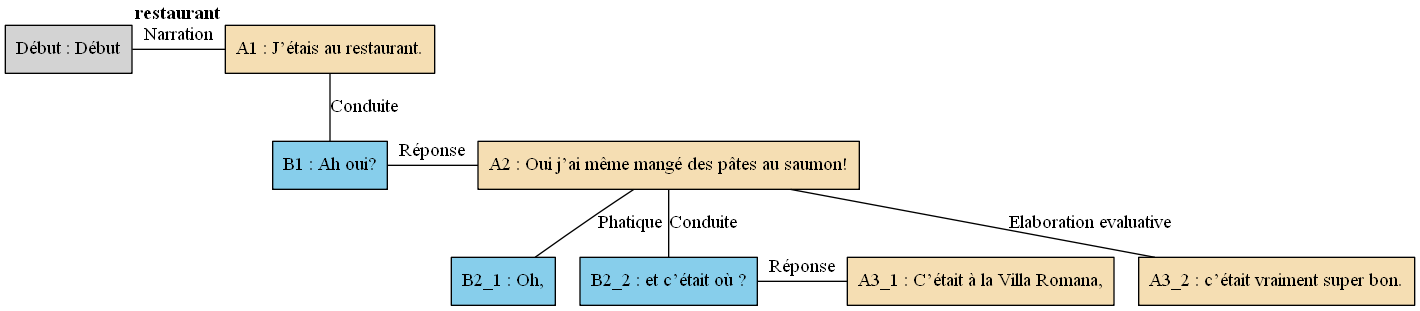
This is arbres/Bac_a_sable/Bac_a_sable_-_E03.gv.png from AlaixComet/AnnotationSlamPTut, a Graphviz export, as it was before one commit. Its source is kept beside it as arbres/Bac_a_sable/Bac_a_sable_-_E03.gv.
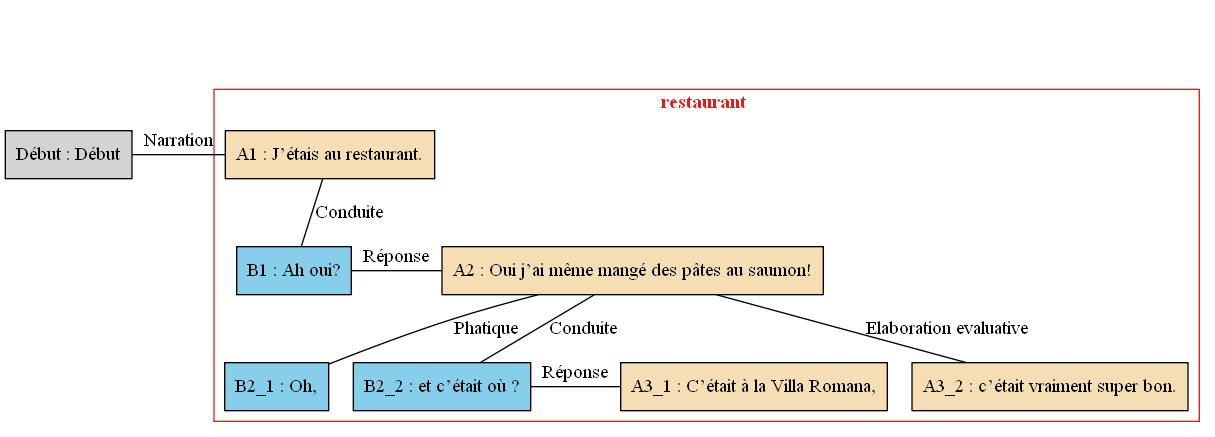
After the change.

The edit, as a diff of the source:
```diff
@@ -1,33 +1,37 @@
 digraph E03 {
 	node [shape=box style=filled]
-	"Début" [label="Début : Début" xlabel=""]
-	A1 [label="A1 : J’étais au restaurant." fillcolor=wheat xlabel=<<B>restaurant </B>>]
-	B1 [label="B1 : Ah oui?" fillcolor=skyblue xlabel=""]
-	A2 [label="A2 : Oui j’ai même mangé des pâtes au saumon!" fillcolor=wheat xlabel=""]
-	B2_1 [label="B2_1 : Oh," fillcolor=skyblue xlabel=""]
-	B2_2 [label="B2_2 : et c’était où ?" fillcolor=skyblue xlabel=""]
-	A3_1 [label="A3_1 : C’était à la Villa Romana," fillcolor=wheat xlabel=""]
-	A3_2 [label="A3_2 : c’était vraiment super bon." fillcolor=wheat xlabel=""]
-	A1 -> B1 [label=Conduite dir=none]
-	{
-		rank=same
+	newrank=true
+	zero [style=invis]
+	"Début" [label="Début : Début"]
+	A1 [label="A1 : J’étais au restaurant." fillcolor=wheat]
+	B1 [label="B1 : Ah oui?" fillcolor=skyblue]
+	A2 [label="A2 : Oui j’ai même mangé des pâtes au saumon!" fillcolor=wheat]
+	B2_1 [label="B2_1 : Oh," fillcolor=skyblue]
+	B2_2 [label="B2_2 : et c’était où ?" fillcolor=skyblue]
+	A3_1 [label="A3_1 : C’était à la Villa Romana," fillcolor=wheat]
+	A3_2 [label="A3_2 : c’était vraiment super bon." fillcolor=wheat]
+	zero -> "Début" [label="" style=invis]
+	A1 -> B1 [label=Conduite dir=none weight=2]
+	A1 -> A2 [style=invis weight=1]
+	B1 -> A2 [label="Réponse" constraint=false dir=none]
+	A2 -> A3_1 [style=invis weight=1]
+	B2_2 -> A3_1 [label="Réponse" constraint=false dir=none]
+	A2 -> B2_1 [label=Phatique dir=none weight=2]
+	zero -> A1 [style=invis weight=1]
+	"Début" -> A1 [label=Narration constraint=false dir=none]
+	A2 -> A3_2 [label="Elaboration evaluative" dir=none weight=2]
+	A2 -> B2_2 [label=Conduite dir=none weight=2]
+	subgraph cluster_1 {
+		label=<<B>restaurant </B>>
+		colorscheme=set19
+		color=1
+		fontcolor=1
+		A1
 		B1
 		A2
-		B1 -> A2 [label="Réponse" dir=none]
-	}
-	{
-		rank=same
+		B2_1
 		B2_2
 		A3_1
-		B2_2 -> A3_1 [label="Réponse" dir=none]
+		A3_2
 	}
-	A2 -> B2_1 [label=Phatique dir=none]
-	{
-		rank=same
-		"Début"
-		A1
-		"Début" -> A1 [label=Narration dir=none]
-	}
-	A2 -> A3_2 [label="Elaboration evaluative" dir=none]
-	A2 -> B2_2 [label=Conduite dir=none]
 }
```
